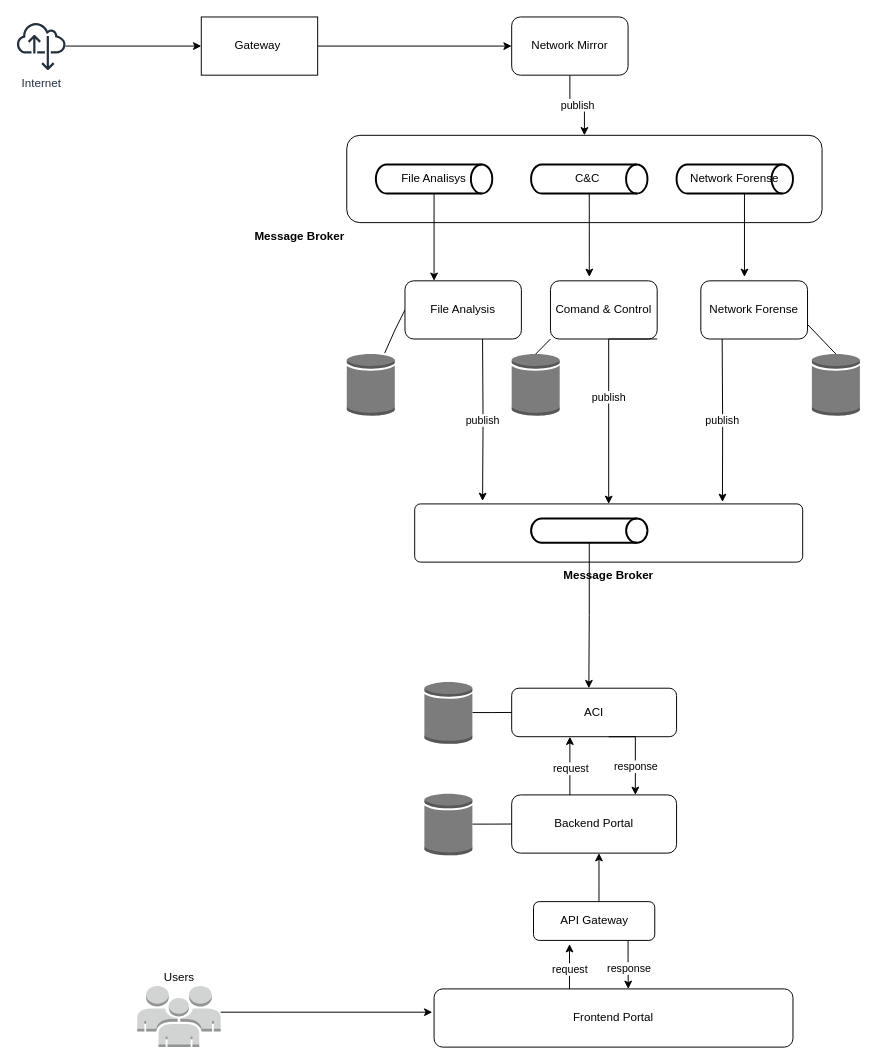
This is Untitled Diagram.drawio from wendersonsouza/CyberFortNexus, a draw.io file, before an edit. Source tidied: cells renumbered, new cells numbered last; positions are measured from the earlier drawing's top-left corner, leaving out a move shared by most shapes. Both pictures are drawn from the tidied source at 97%, with x=0, y=0 at pixel (16, 16).
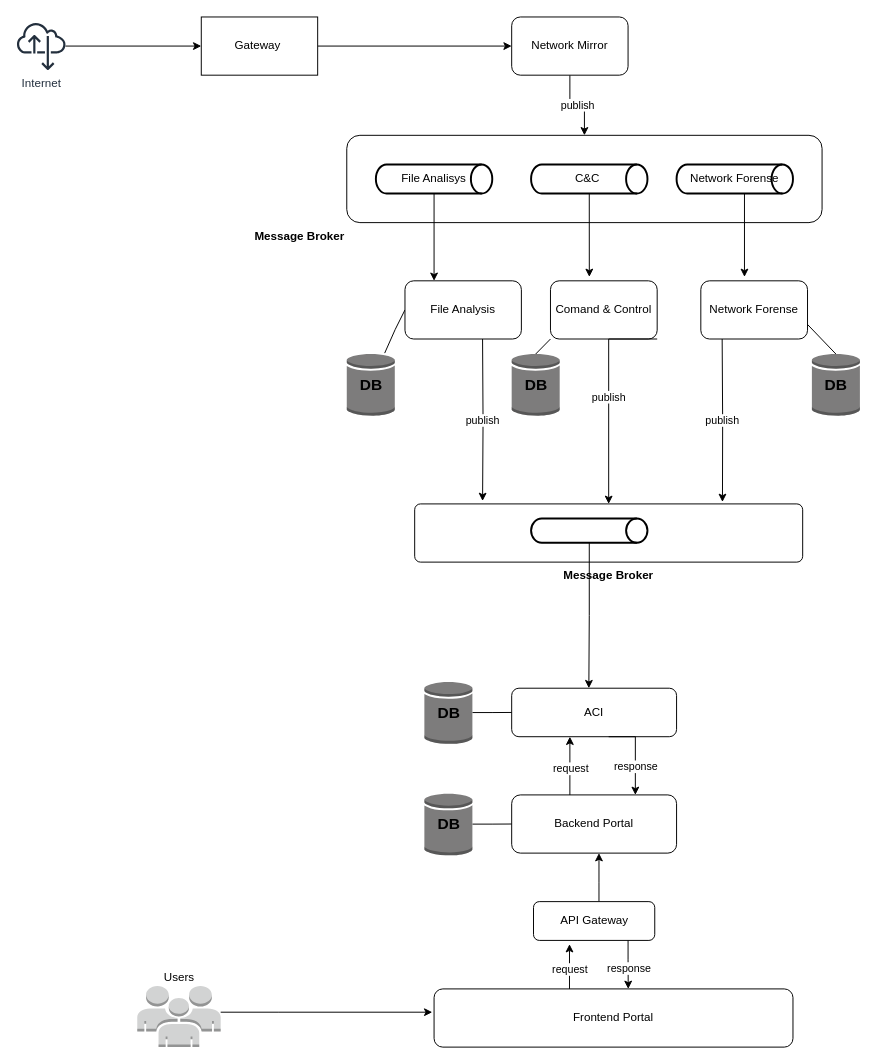
After the change.

Commit message:
High Level Design.drawio

The edit, as a diff of the source:
```diff
@@
-    <mxCell id="14" style="outlineConnect=0;dashed=0;verticalLabelPosition=bottom;verticalAlign=top;align=center;html=1;shape=mxgraph.aws3.generic_database;fillColor=#7D7C7C;gradientColor=none;" parent="1" vertex="1">
+    <mxCell id="14" value="DB" style="outlineConnect=0;dashed=0;verticalLabelPosition=middle;verticalAlign=middle;align=center;html=1;shape=mxgraph.aws3.generic_database;fillColor=#7D7C7C;gradientColor=none;labelPosition=center;fontSize=16;fontStyle=1;" parent="1" vertex="1">
       <mxGeometry x="340" y="346.5" width="49.5" height="64.5" as="geometry" />
     </mxCell>
@@
-    <mxCell id="20" style="outlineConnect=0;dashed=0;verticalLabelPosition=bottom;verticalAlign=top;align=center;html=1;shape=mxgraph.aws3.generic_database;fillColor=#7D7C7C;gradientColor=none;" parent="1" vertex="1">
+    <mxCell id="20" value="DB" style="outlineConnect=0;dashed=0;verticalLabelPosition=middle;verticalAlign=middle;align=center;html=1;shape=mxgraph.aws3.generic_database;fillColor=#7D7C7C;gradientColor=none;labelPosition=center;fontSize=16;fontStyle=1;" parent="1" vertex="1">
       <mxGeometry x="510" y="346.5" width="49.5" height="64.5" as="geometry" />
     </mxCell>
-    <mxCell id="21" style="outlineConnect=0;dashed=0;verticalLabelPosition=bottom;verticalAlign=top;align=center;html=1;shape=mxgraph.aws3.generic_database;fillColor=#7D7C7C;gradientColor=none;" parent="1" vertex="1">
+    <mxCell id="21" value="DB" style="outlineConnect=0;dashed=0;verticalLabelPosition=middle;verticalAlign=middle;align=center;html=1;shape=mxgraph.aws3.generic_database;fillColor=#7D7C7C;gradientColor=none;labelPosition=center;fontSize=16;fontStyle=1;" parent="1" vertex="1">
       <mxGeometry x="819.5" y="346.5" width="49.5" height="64.5" as="geometry" />
     </mxCell>
@@
-    <mxCell id="37" style="outlineConnect=0;dashed=0;verticalLabelPosition=bottom;verticalAlign=top;align=center;html=1;shape=mxgraph.aws3.generic_database;fillColor=#7D7C7C;gradientColor=none;" parent="1" vertex="1">
+    <mxCell id="37" value="DB" style="outlineConnect=0;dashed=0;verticalLabelPosition=middle;verticalAlign=middle;align=center;html=1;shape=mxgraph.aws3.generic_database;fillColor=#7D7C7C;gradientColor=none;fontSize=16;fontStyle=1;labelPosition=center;" parent="1" vertex="1">
       <mxGeometry x="420" y="684.8" width="49.5" height="64.5" as="geometry" />
     </mxCell>
@@
-    <mxCell id="42" style="outlineConnect=0;dashed=0;verticalLabelPosition=bottom;verticalAlign=top;align=center;html=1;shape=mxgraph.aws3.generic_database;fillColor=#7D7C7C;gradientColor=none;" parent="1" vertex="1">
+    <mxCell id="42" value="DB" style="outlineConnect=0;dashed=0;verticalLabelPosition=middle;verticalAlign=middle;align=center;html=1;shape=mxgraph.aws3.generic_database;fillColor=#7D7C7C;gradientColor=none;labelPosition=center;fontSize=16;fontStyle=1;" parent="1" vertex="1">
       <mxGeometry x="420" y="799.8" width="49.5" height="64.5" as="geometry" />
     </mxCell>
```
